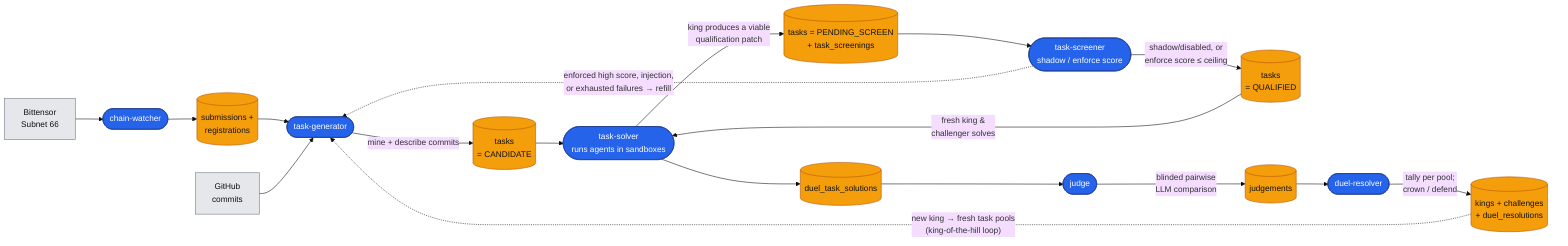
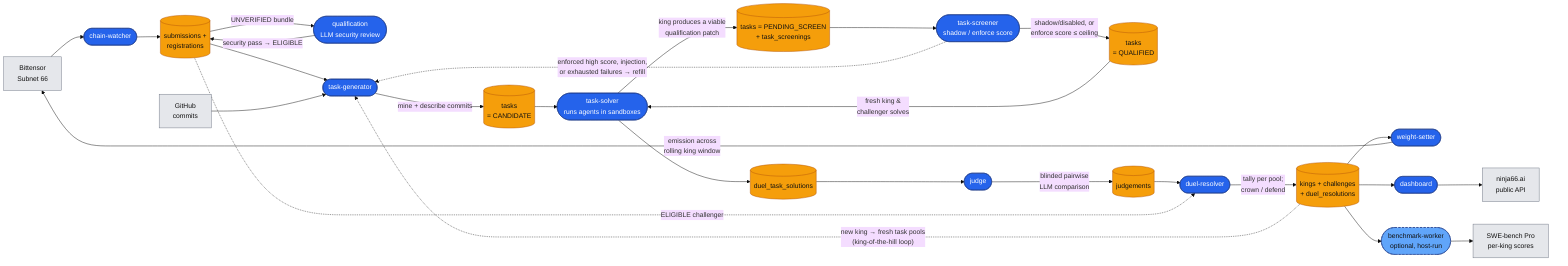
%%{init: {"theme": "base", "themeVariables": {"fontSize": "15px"}}}%%
flowchart LR
    chain["Bittensor<br/>Subnet 66"]
    gh["GitHub<br/>commits"]
+     site["ninja66.ai<br/>public API"]
+     bench_out["SWE-bench Pro<br/>per-king scores"]

    cw(["chain-watcher"])
+     ql(["qualification<br/>LLM security review"])
    tg(["task-generator"])
    ts(["task-solver<br/>runs agents in sandboxes"])
    sc(["task-screener<br/>shadow / enforce score"])
    jd(["judge"])
    dr(["duel-resolver"])
+     ws(["weight-setter"])
+     dash(["dashboard"])
+     bm(["benchmark-worker<br/>optional, host-run"])

    subm[("submissions +<br/>registrations")]
    tasks[("tasks<br/>= CANDIDATE")]
    screening[("tasks = PENDING_SCREEN<br/>+ task_screenings")]
    qualified[("tasks<br/>= QUALIFIED")]
    solutions[("duel_task_solutions")]
    judg[("judgements")]
    reign[("kings + challenges<br/>+ duel_resolutions")]

    chain --> cw --> subm
+     subm -->|"UNVERIFIED bundle"| ql
+     ql -->|"security pass → ELIGIBLE"| subm
    subm --> tg
    gh --> tg
    tg -->|"mine + describe commits"| tasks
    tasks --> ts
    ts -->|"king produces a viable<br/>qualification patch"| screening
    screening --> sc
    sc -->|"shadow/disabled, or<br/>enforce score ≤ ceiling"| qualified
    sc -.->|"enforced high score, injection,<br/>or exhausted failures → refill"| tg
    qualified -->|"fresh king &amp;<br/>challenger solves"| ts
    ts --> solutions
    solutions --> jd
    jd -->|"blinded pairwise<br/>LLM comparison"| judg
    judg --> dr
+     subm -.->|"ELIGIBLE challenger"| dr
    dr -->|"tally per pool;<br/>crown / defend"| reign
    reign -.->|"new king → fresh task pools<br/>(king-of-the-hill loop)"| tg
+     reign --> ws
+     ws -->|"emission across<br/>rolling king window"| chain
+     reign --> dash --> site
+     reign --> bm --> bench_out

    classDef worker fill:#2563eb,stroke:#1e3a8a,color:#fff;
    classDef store fill:#f59e0b,stroke:#b45309,color:#111;
    classDef ext fill:#e5e7eb,stroke:#6b7280,color:#111;
-     class cw,tg,ts,sc,jd,dr worker;
+     classDef optional fill:#60a5fa,stroke:#1e3a8a,color:#111,stroke-dasharray:5 3;
+     class cw,ql,tg,ts,sc,jd,dr,ws,dash worker;
+     class bm optional;
    class subm,tasks,screening,qualified,solutions,judg,reign store;
-     class chain,gh ext;
+     class chain,gh,site,bench_out ext;
